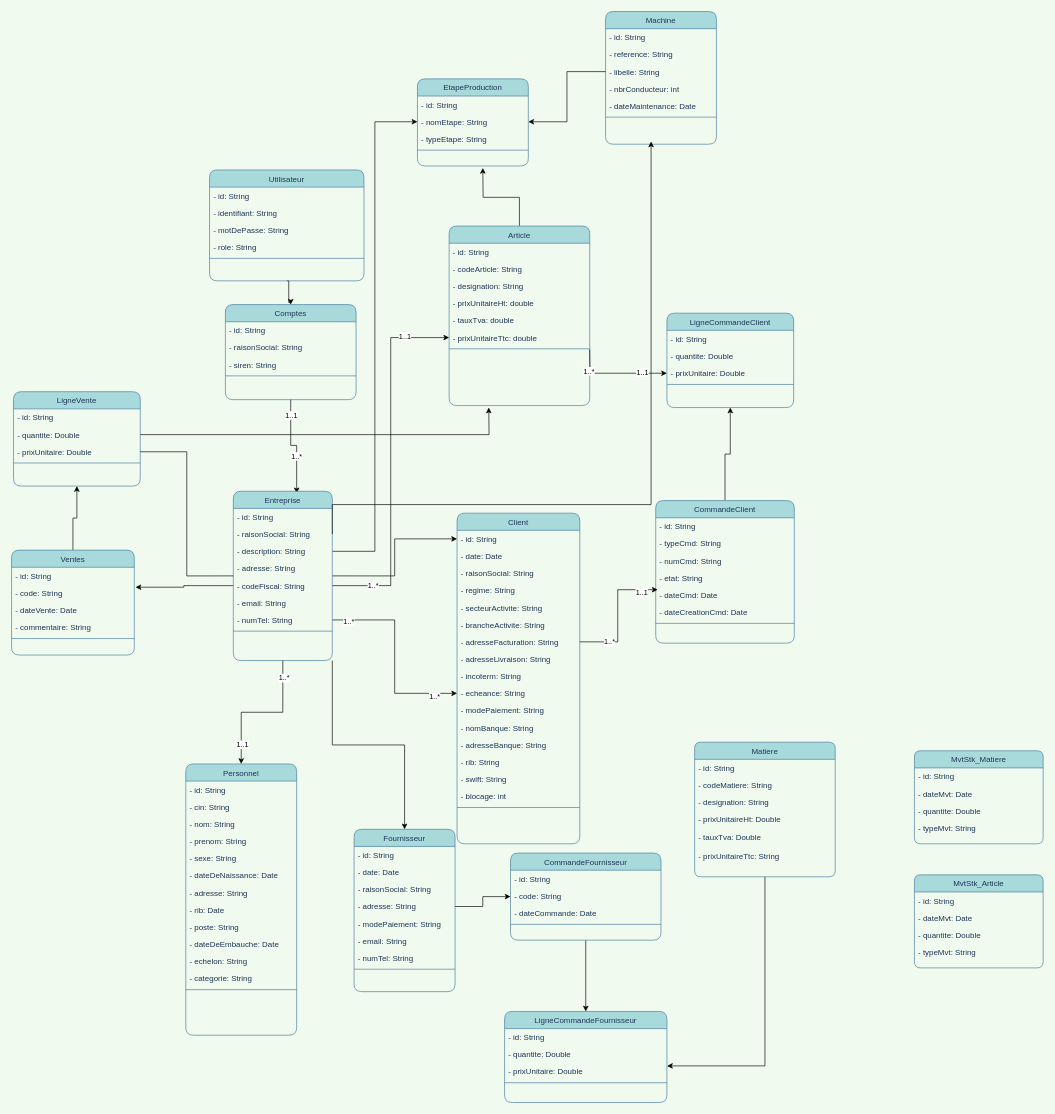
This is GestionStock.drawio from AbdelazizBs/GPAO-SpringApp, a draw.io file, before an edit. Source tidied: cells renumbered, new cells numbered last; positions are measured from the earlier drawing's top-left corner, leaving out a move shared by most shapes. Both pictures are drawn from the tidied source at 66%, with x=0, y=0 at pixel (11, 11).
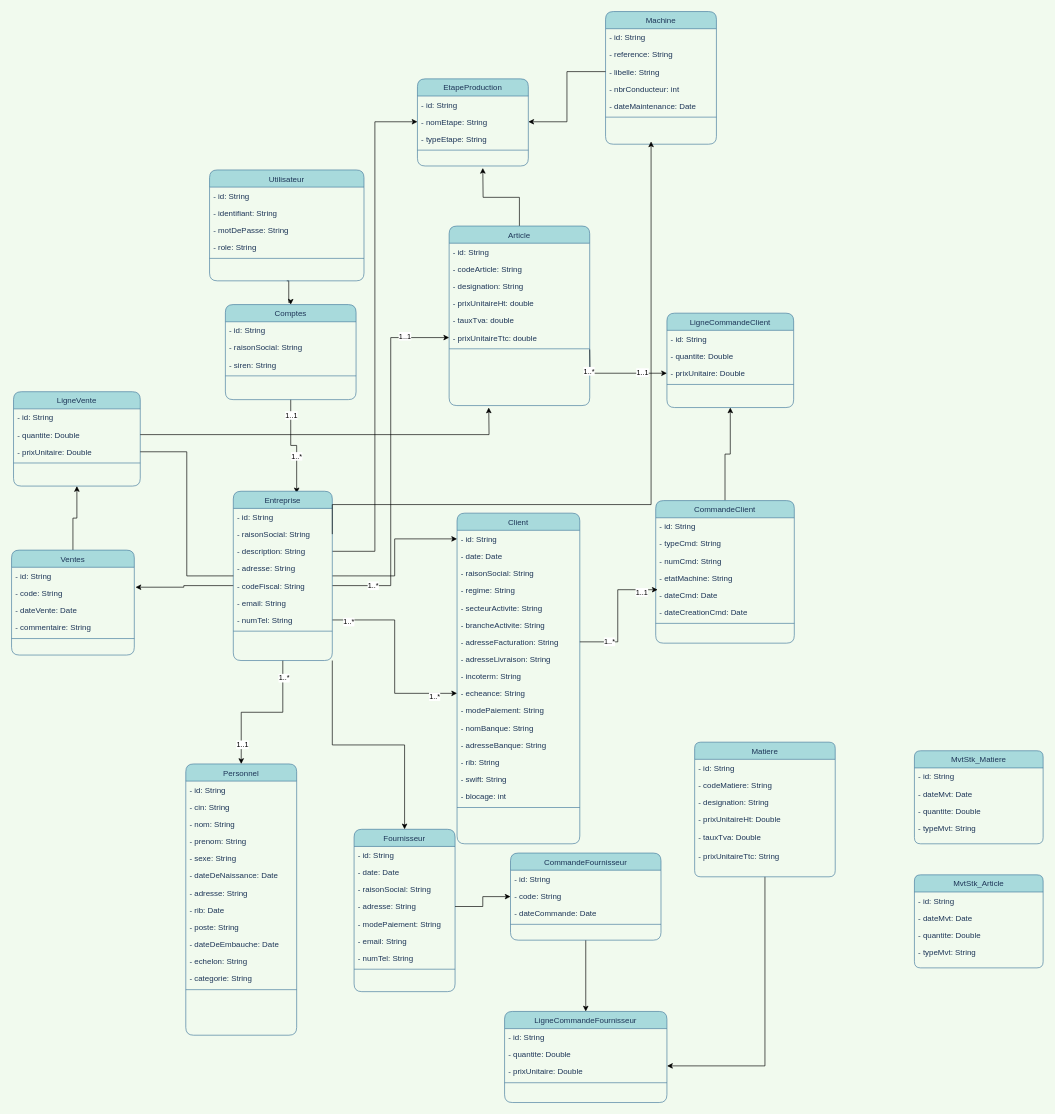
The same diagram, later.

Unchanged cells that the change refers to:
```xml
<mxCell id="60" value="CommandeClient" style="swimlane;fontStyle=0;align=center;verticalAlign=top;horizontal=1;startSize=26;rounded=1;shadow=0;strokeWidth=1;fillColor=#A8DADC;strokeColor=#457B9D;fontColor=#1D3557;" parent="1" vertex="1">
  <mxGeometry x="976" y="741" width="210" height="216" as="geometry" />
</mxCell>
```

Diff of the diagram source:
```diff
@@
-    <mxCell id="64" value="- etat: String" style="text;strokeColor=none;fillColor=none;align=left;verticalAlign=top;spacingLeft=4;spacingRight=4;overflow=hidden;rounded=0;sketch=0;fontColor=#1D3557;" parent="60" vertex="1">
+    <mxCell id="64" value="- etatMachine: String" style="text;strokeColor=none;fillColor=none;align=left;verticalAlign=top;spacingLeft=4;spacingRight=4;overflow=hidden;rounded=0;sketch=0;fontColor=#1D3557;" parent="60" vertex="1">
       <mxGeometry y="104" width="210" height="26" as="geometry" />
     </mxCell>
```
